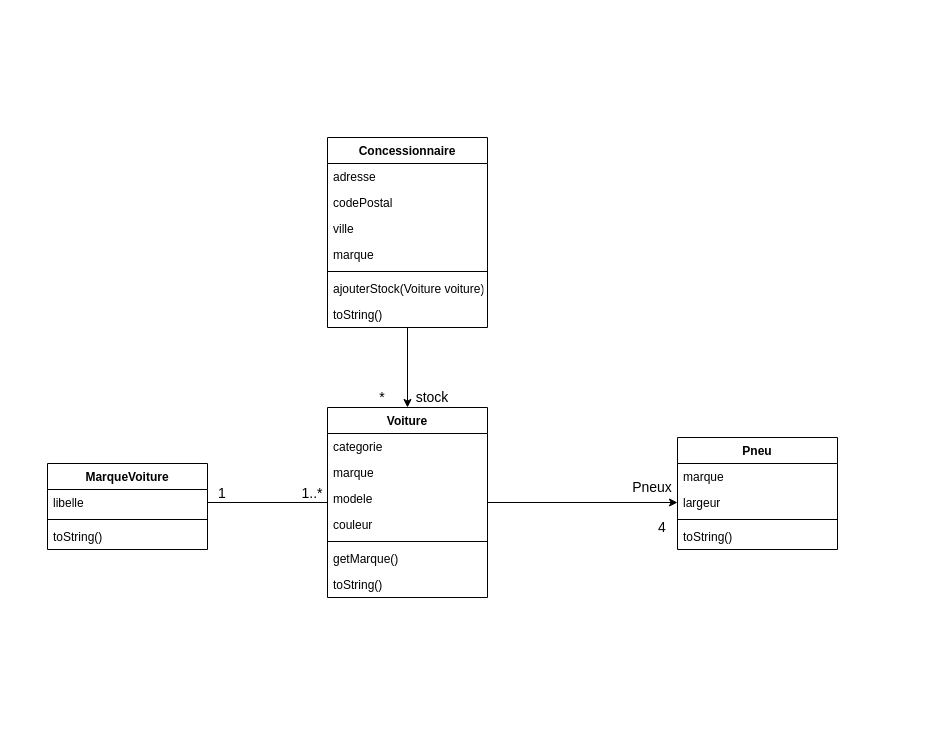
Before: td4-diagramme-classe.drawio in xingcdev/efrei-s5-java-exercices, a draw.io diagram. Source tidied: cells renumbered, new cells numbered last; positions are measured from the earlier drawing's top-left corner, leaving out a move shared by most shapes. Both pictures are drawn from the tidied source at 100%, with x=0, y=0 at pixel (47, 137).
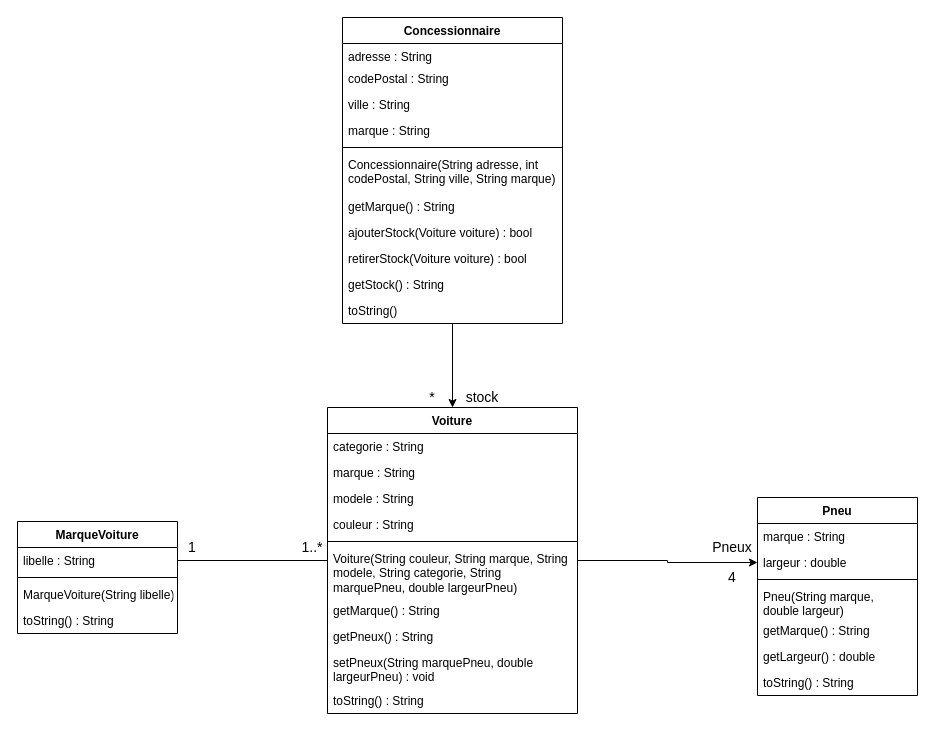
Above is the later version.

Commit message (it also covers changes not shown here):
finalise diagramme

What changed in the source:
```diff
@@
     <mxCell id="2" value="Pneu" style="swimlane;fontStyle=1;align=center;verticalAlign=top;horizontal=1;startSize=26;" parent="1" vertex="1">
-      <mxGeometry x="630" y="300" width="160" height="112" as="geometry" />
+      <mxGeometry x="710" y="360" width="160" height="198" as="geometry" />
     </mxCell>
-    <mxCell id="3" value="marque" style="text;strokeColor=none;fillColor=none;align=left;verticalAlign=top;spacingLeft=4;spacingRight=4;overflow=hidden;" parent="2" vertex="1">
+    <mxCell id="3" value="marque : String" style="text;strokeColor=none;fillColor=none;align=left;verticalAlign=top;spacingLeft=4;spacingRight=4;overflow=hidden;" parent="2" vertex="1">
       <mxGeometry y="26" width="160" height="26" as="geometry" />
     </mxCell>
-    <mxCell id="4" value="largeur&#10;" style="text;strokeColor=none;fillColor=none;align=left;verticalAlign=top;spacingLeft=4;spacingRight=4;overflow=hidden;points=[[0,0.5],[1,0.5]];portConstraint=eastwest;" parent="2" vertex="1">
+    <mxCell id="4" value="largeur : double" style="text;strokeColor=none;fillColor=none;align=left;verticalAlign=top;spacingLeft=4;spacingRight=4;overflow=hidden;points=[[0,0.5],[1,0.5]];portConstraint=eastwest;" parent="2" vertex="1">
       <mxGeometry y="52" width="160" height="26" as="geometry" />
     </mxCell>
@@
+    <mxCell id="36" value="Pneu(String marque, double largeur)" style="text;strokeColor=none;fillColor=none;align=left;verticalAlign=top;spacingLeft=4;spacingRight=4;overflow=hidden;whiteSpace=wrap;" parent="2" vertex="1">
+      <mxGeometry y="86" width="160" height="34" as="geometry" />
+    </mxCell>
+    <mxCell id="37" value="getMarque() : String&#10;" style="text;strokeColor=none;fillColor=none;align=left;verticalAlign=top;spacingLeft=4;spacingRight=4;overflow=hidden;" parent="2" vertex="1">
+      <mxGeometry y="120" width="160" height="26" as="geometry" />
+    </mxCell>
+    <mxCell id="38" value="getLargeur() : double&#10;" style="text;strokeColor=none;fillColor=none;align=left;verticalAlign=top;spacingLeft=4;spacingRight=4;overflow=hidden;" parent="2" vertex="1">
+      <mxGeometry y="146" width="160" height="26" as="geometry" />
+    </mxCell>
-    <mxCell id="6" value="toString()" style="text;strokeColor=none;fillColor=none;align=left;verticalAlign=top;spacingLeft=4;spacingRight=4;overflow=hidden;" parent="2" vertex="1">
-      <mxGeometry y="86" width="160" height="26" as="geometry" />
+    <mxCell id="6" value="toString() : String" style="text;strokeColor=none;fillColor=none;align=left;verticalAlign=top;spacingLeft=4;spacingRight=4;overflow=hidden;" parent="2" vertex="1">
+      <mxGeometry y="172" width="160" height="26" as="geometry" />
     </mxCell>
@@
     <mxCell id="9" value="Voiture" style="swimlane;fontStyle=1;align=center;verticalAlign=top;horizontal=1;startSize=26;" parent="1" vertex="1">
-      <mxGeometry x="280" y="270" width="160" height="190" as="geometry" />
+      <mxGeometry x="280" y="270" width="250" height="306" as="geometry" />
     </mxCell>
-    <mxCell id="10" value="categorie" style="text;strokeColor=none;fillColor=none;align=left;verticalAlign=top;spacingLeft=4;spacingRight=4;overflow=hidden;" parent="9" vertex="1">
-      <mxGeometry y="26" width="160" height="26" as="geometry" />
+    <mxCell id="10" value="categorie : String" style="text;strokeColor=none;fillColor=none;align=left;verticalAlign=top;spacingLeft=4;spacingRight=4;overflow=hidden;" parent="9" vertex="1">
+      <mxGeometry y="26" width="250" height="26" as="geometry" />
     </mxCell>
-    <mxCell id="11" value="marque" style="text;strokeColor=none;fillColor=none;align=left;verticalAlign=top;spacingLeft=4;spacingRight=4;overflow=hidden;" parent="9" vertex="1">
-      <mxGeometry y="52" width="160" height="26" as="geometry" />
+    <mxCell id="11" value="marque : String" style="text;strokeColor=none;fillColor=none;align=left;verticalAlign=top;spacingLeft=4;spacingRight=4;overflow=hidden;" parent="9" vertex="1">
+      <mxGeometry y="52" width="250" height="26" as="geometry" />
     </mxCell>
-    <mxCell id="12" value="modele" style="text;strokeColor=none;fillColor=none;align=left;verticalAlign=top;spacingLeft=4;spacingRight=4;overflow=hidden;" parent="9" vertex="1">
-      <mxGeometry y="78" width="160" height="26" as="geometry" />
+    <mxCell id="12" value="modele : String" style="text;strokeColor=none;fillColor=none;align=left;verticalAlign=top;spacingLeft=4;spacingRight=4;overflow=hidden;" parent="9" vertex="1">
+      <mxGeometry y="78" width="250" height="26" as="geometry" />
     </mxCell>
-    <mxCell id="13" value="couleur" style="text;strokeColor=none;fillColor=none;align=left;verticalAlign=top;spacingLeft=4;spacingRight=4;overflow=hidden;" parent="9" vertex="1">
-      <mxGeometry y="104" width="160" height="26" as="geometry" />
+    <mxCell id="13" value="couleur : String" style="text;strokeColor=none;fillColor=none;align=left;verticalAlign=top;spacingLeft=4;spacingRight=4;overflow=hidden;" parent="9" vertex="1">
+      <mxGeometry y="104" width="250" height="26" as="geometry" />
     </mxCell>
     <mxCell id="14" style="line;strokeWidth=1;fillColor=none;align=left;verticalAlign=middle;spacingTop=-1;spacingLeft=3;spacingRight=3;labelPosition=right;" parent="9" vertex="1">
-      <mxGeometry y="130" width="160" height="8" as="geometry" />
+      <mxGeometry y="130" width="250" height="8" as="geometry" />
     </mxCell>
-    <mxCell id="15" value="getMarque()&#10;" style="text;strokeColor=none;fillColor=none;align=left;verticalAlign=top;spacingLeft=4;spacingRight=4;overflow=hidden;" parent="9" vertex="1">
-      <mxGeometry y="138" width="160" height="26" as="geometry" />
+    <mxCell id="15" value="Voiture(String couleur, String marque, String modele, String categorie, String marquePneu, double largeurPneu)" style="text;strokeColor=none;fillColor=none;align=left;verticalAlign=top;spacingLeft=4;spacingRight=4;overflow=hidden;whiteSpace=wrap;" parent="9" vertex="1">
+      <mxGeometry y="138" width="250" height="52" as="geometry" />
     </mxCell>
+    <mxCell id="39" value="getMarque() : String&#10;" style="text;strokeColor=none;fillColor=none;align=left;verticalAlign=top;spacingLeft=4;spacingRight=4;overflow=hidden;" parent="9" vertex="1">
+      <mxGeometry y="190" width="250" height="26" as="geometry" />
+    </mxCell>
+    <mxCell id="40" value="getPneux() : String&#10;" style="text;strokeColor=none;fillColor=none;align=left;verticalAlign=top;spacingLeft=4;spacingRight=4;overflow=hidden;" parent="9" vertex="1">
+      <mxGeometry y="216" width="250" height="26" as="geometry" />
+    </mxCell>
+    <mxCell id="41" value="setPneux(String marquePneu, double largeurPneu) : void" style="text;strokeColor=none;fillColor=none;align=left;verticalAlign=top;spacingLeft=4;spacingRight=4;overflow=hidden;whiteSpace=wrap;" parent="9" vertex="1">
+      <mxGeometry y="242" width="250" height="38" as="geometry" />
+    </mxCell>
-    <mxCell id="16" value="toString()" style="text;strokeColor=none;fillColor=none;align=left;verticalAlign=top;spacingLeft=4;spacingRight=4;overflow=hidden;" parent="9" vertex="1">
-      <mxGeometry y="164" width="160" height="26" as="geometry" />
+    <mxCell id="16" value="toString() : String" style="text;strokeColor=none;fillColor=none;align=left;verticalAlign=top;spacingLeft=4;spacingRight=4;overflow=hidden;" parent="9" vertex="1">
+      <mxGeometry y="280" width="250" height="26" as="geometry" />
     </mxCell>
@@
     <mxCell id="18" value="Concessionnaire" style="swimlane;fontStyle=1;align=center;verticalAlign=top;horizontal=1;startSize=26;" parent="1" vertex="1">
-      <mxGeometry x="280" width="160" height="190" as="geometry" />
+      <mxGeometry x="295" y="-120" width="220" height="306" as="geometry" />
     </mxCell>
-    <mxCell id="19" value="adresse" style="text;strokeColor=none;fillColor=none;align=left;verticalAlign=top;spacingLeft=4;spacingRight=4;overflow=hidden;" parent="18" vertex="1">
-      <mxGeometry y="26" width="160" height="26" as="geometry" />
+    <mxCell id="19" value="adresse : String" style="text;strokeColor=none;fillColor=none;align=left;verticalAlign=top;spacingLeft=4;spacingRight=4;overflow=hidden;" parent="18" vertex="1">
+      <mxGeometry y="26" width="220" height="22" as="geometry" />
     </mxCell>
-    <mxCell id="20" value="codePostal" style="text;strokeColor=none;fillColor=none;align=left;verticalAlign=top;spacingLeft=4;spacingRight=4;overflow=hidden;" parent="18" vertex="1">
-      <mxGeometry y="52" width="160" height="26" as="geometry" />
+    <mxCell id="20" value="codePostal : String" style="text;strokeColor=none;fillColor=none;align=left;verticalAlign=top;spacingLeft=4;spacingRight=4;overflow=hidden;" parent="18" vertex="1">
+      <mxGeometry y="48" width="220" height="26" as="geometry" />
     </mxCell>
-    <mxCell id="21" value="ville" style="text;strokeColor=none;fillColor=none;align=left;verticalAlign=top;spacingLeft=4;spacingRight=4;overflow=hidden;" parent="18" vertex="1">
-      <mxGeometry y="78" width="160" height="26" as="geometry" />
+    <mxCell id="21" value="ville : String" style="text;strokeColor=none;fillColor=none;align=left;verticalAlign=top;spacingLeft=4;spacingRight=4;overflow=hidden;" parent="18" vertex="1">
+      <mxGeometry y="74" width="220" height="26" as="geometry" />
     </mxCell>
-    <mxCell id="22" value="marque" style="text;strokeColor=none;fillColor=none;align=left;verticalAlign=top;spacingLeft=4;spacingRight=4;overflow=hidden;" parent="18" vertex="1">
-      <mxGeometry y="104" width="160" height="26" as="geometry" />
+    <mxCell id="22" value="marque : String" style="text;strokeColor=none;fillColor=none;align=left;verticalAlign=top;spacingLeft=4;spacingRight=4;overflow=hidden;" parent="18" vertex="1">
+      <mxGeometry y="100" width="220" height="26" as="geometry" />
     </mxCell>
     <mxCell id="23" style="line;strokeWidth=1;fillColor=none;align=left;verticalAlign=middle;spacingTop=-1;spacingLeft=3;spacingRight=3;labelPosition=right;" parent="18" vertex="1">
-      <mxGeometry y="130" width="160" height="8" as="geometry" />
+      <mxGeometry y="126" width="220" height="8" as="geometry" />
     </mxCell>
-    <mxCell id="24" value="ajouterStock(Voiture voiture)" style="text;strokeColor=none;fillColor=none;align=left;verticalAlign=top;spacingLeft=4;spacingRight=4;overflow=hidden;" parent="18" vertex="1">
-      <mxGeometry y="138" width="160" height="26" as="geometry" />
-    </mxCell>
+    <mxCell id="42" value="Concessionnaire(String adresse, int codePostal, String ville, String marque)" style="text;strokeColor=none;fillColor=none;align=left;verticalAlign=top;spacingLeft=4;spacingRight=4;overflow=hidden;whiteSpace=wrap;" parent="18" vertex="1">
+      <mxGeometry y="134" width="220" height="42" as="geometry" />
+    </mxCell>
+    <mxCell id="43" value="getMarque() : String&#10;" style="text;strokeColor=none;fillColor=none;align=left;verticalAlign=top;spacingLeft=4;spacingRight=4;overflow=hidden;" parent="18" vertex="1">
+      <mxGeometry y="176" width="220" height="26" as="geometry" />
+    </mxCell>
+    <mxCell id="44" value="ajouterStock(Voiture voiture) : bool&#10;" style="text;strokeColor=none;fillColor=none;align=left;verticalAlign=top;spacingLeft=4;spacingRight=4;overflow=hidden;" parent="18" vertex="1">
+      <mxGeometry y="202" width="220" height="26" as="geometry" />
+    </mxCell>
+    <mxCell id="45" value="retirerStock(Voiture voiture) : bool&#10;" style="text;strokeColor=none;fillColor=none;align=left;verticalAlign=top;spacingLeft=4;spacingRight=4;overflow=hidden;" parent="18" vertex="1">
+      <mxGeometry y="228" width="220" height="26" as="geometry" />
+    </mxCell>
+    <mxCell id="46" value="getStock() : String&#10;" style="text;strokeColor=none;fillColor=none;align=left;verticalAlign=top;spacingLeft=4;spacingRight=4;overflow=hidden;" parent="18" vertex="1">
+      <mxGeometry y="254" width="220" height="26" as="geometry" />
+    </mxCell>
     <mxCell id="25" value="toString()" style="text;strokeColor=none;fillColor=none;align=left;verticalAlign=top;spacingLeft=4;spacingRight=4;overflow=hidden;" parent="18" vertex="1">
-      <mxGeometry y="164" width="160" height="26" as="geometry" />
+      <mxGeometry y="280" width="220" height="26" as="geometry" />
     </mxCell>
     <mxCell id="26" value="4" style="text;html=1;strokeColor=none;fillColor=none;align=center;verticalAlign=middle;whiteSpace=wrap;rounded=0;fontSize=14;" parent="1" vertex="1">
-      <mxGeometry x="600" y="380" width="30" height="20" as="geometry" />
+      <mxGeometry x="670" y="430" width="30" height="20" as="geometry" />
     </mxCell>
     <mxCell id="27" value="*" style="text;html=1;strokeColor=none;fillColor=none;align=center;verticalAlign=middle;whiteSpace=wrap;rounded=0;fontSize=14;" parent="1" vertex="1">
-      <mxGeometry x="320" y="250" width="30" height="20" as="geometry" />
+      <mxGeometry x="370" y="250" width="30" height="20" as="geometry" />
     </mxCell>
     <mxCell id="28" value="stock" style="text;html=1;strokeColor=none;fillColor=none;align=center;verticalAlign=middle;whiteSpace=wrap;rounded=0;fontSize=14;" parent="1" vertex="1">
-      <mxGeometry x="370" y="250" width="30" height="20" as="geometry" />
+      <mxGeometry x="420" y="250" width="30" height="20" as="geometry" />
     </mxCell>
     <mxCell id="29" value="Pneux" style="text;html=1;strokeColor=none;fillColor=none;align=center;verticalAlign=middle;whiteSpace=wrap;rounded=0;fontSize=14;" parent="1" vertex="1">
-      <mxGeometry x="590" y="340" width="30" height="20" as="geometry" />
+      <mxGeometry x="670" y="400" width="30" height="20" as="geometry" />
     </mxCell>
     <mxCell id="30" value="MarqueVoiture" style="swimlane;fontStyle=1;align=center;verticalAlign=top;horizontal=1;startSize=26;" parent="1" vertex="1">
-      <mxGeometry y="326" width="160" height="86" as="geometry" />
+      <mxGeometry x="-30" y="384" width="160" height="112" as="geometry" />
     </mxCell>
-    <mxCell id="31" value="libelle" style="text;strokeColor=none;fillColor=none;align=left;verticalAlign=top;spacingLeft=4;spacingRight=4;overflow=hidden;points=[[0,0.5],[1,0.5]];portConstraint=eastwest;" parent="30" vertex="1">
+    <mxCell id="31" value="libelle : String" style="text;strokeColor=none;fillColor=none;align=left;verticalAlign=top;spacingLeft=4;spacingRight=4;overflow=hidden;points=[[0,0.5],[1,0.5]];portConstraint=eastwest;" parent="30" vertex="1">
       <mxGeometry y="26" width="160" height="26" as="geometry" />
     </mxCell>
@@
-    <mxCell id="33" value="toString()" style="text;strokeColor=none;fillColor=none;align=left;verticalAlign=top;spacingLeft=4;spacingRight=4;overflow=hidden;" parent="30" vertex="1">
+    <mxCell id="33" value="MarqueVoiture(String libelle)" style="text;strokeColor=none;fillColor=none;align=left;verticalAlign=top;spacingLeft=4;spacingRight=4;overflow=hidden;" parent="30" vertex="1">
       <mxGeometry y="60" width="160" height="26" as="geometry" />
     </mxCell>
+    <mxCell id="47" value="toString() : String" style="text;strokeColor=none;fillColor=none;align=left;verticalAlign=top;spacingLeft=4;spacingRight=4;overflow=hidden;" parent="30" vertex="1">
+      <mxGeometry y="86" width="160" height="26" as="geometry" />
+    </mxCell>
     <mxCell id="34" value="1" style="text;html=1;strokeColor=none;fillColor=none;align=center;verticalAlign=middle;whiteSpace=wrap;rounded=0;fontSize=14;" parent="1" vertex="1">
-      <mxGeometry x="160" y="346" width="30" height="20" as="geometry" />
+      <mxGeometry x="130" y="400" width="30" height="20" as="geometry" />
     </mxCell>
     <mxCell id="35" value="1..*" style="text;html=1;strokeColor=none;fillColor=none;align=center;verticalAlign=middle;whiteSpace=wrap;rounded=0;fontSize=14;" parent="1" vertex="1">
-      <mxGeometry x="250" y="346" width="30" height="20" as="geometry" />
+      <mxGeometry x="250" y="400" width="30" height="20" as="geometry" />
     </mxCell>
```
